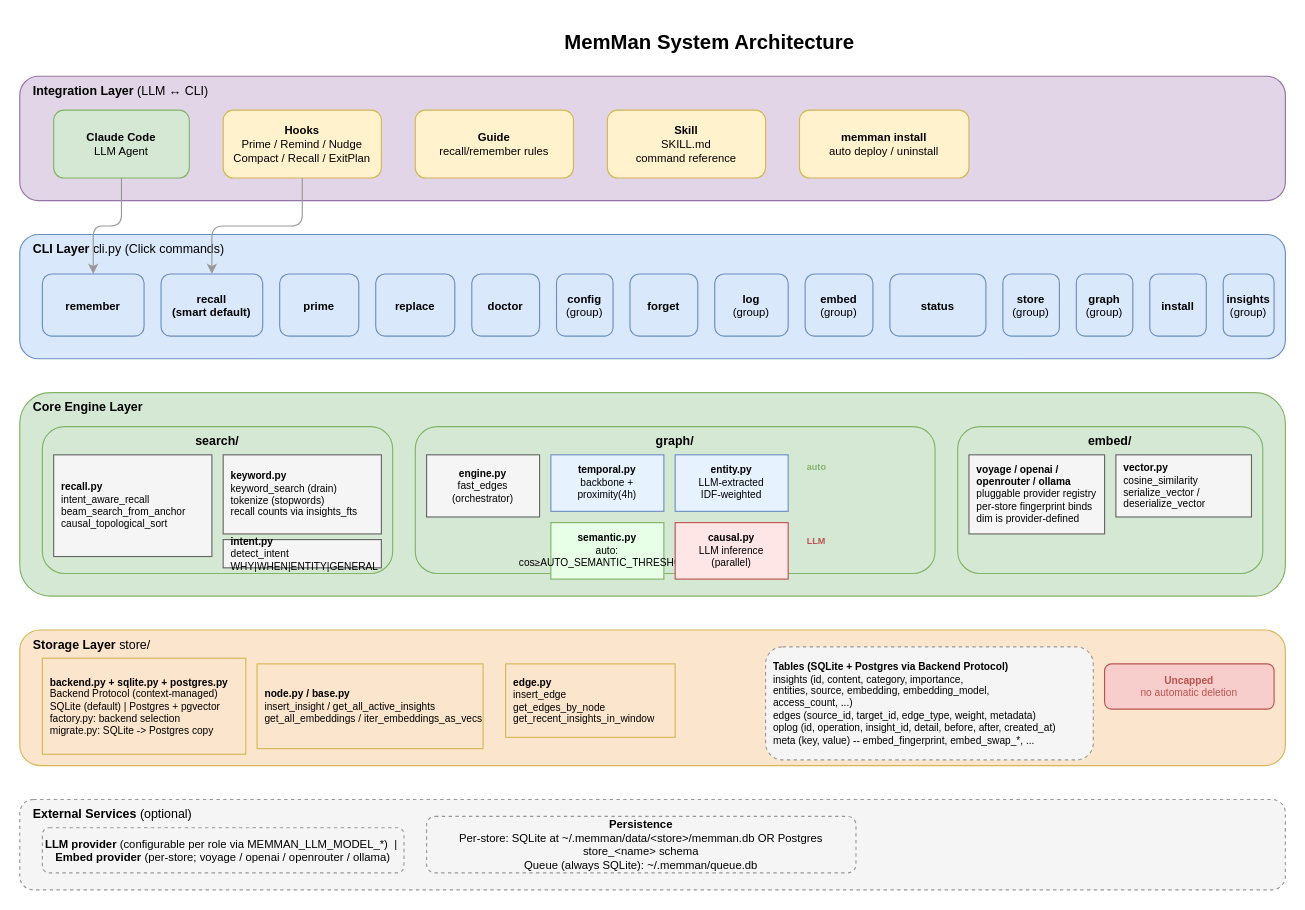
Above: docs/diagrams/01-system-architecture.drawio in bissli/memman (draw.io), before the change. Source tidied: cells renumbered, new cells numbered last; positions are measured from the earlier drawing's top-left corner, leaving out a move shared by most shapes. Both pictures are drawn from the tidied source at 113%, with x=0, y=0 at pixel (19, 19).
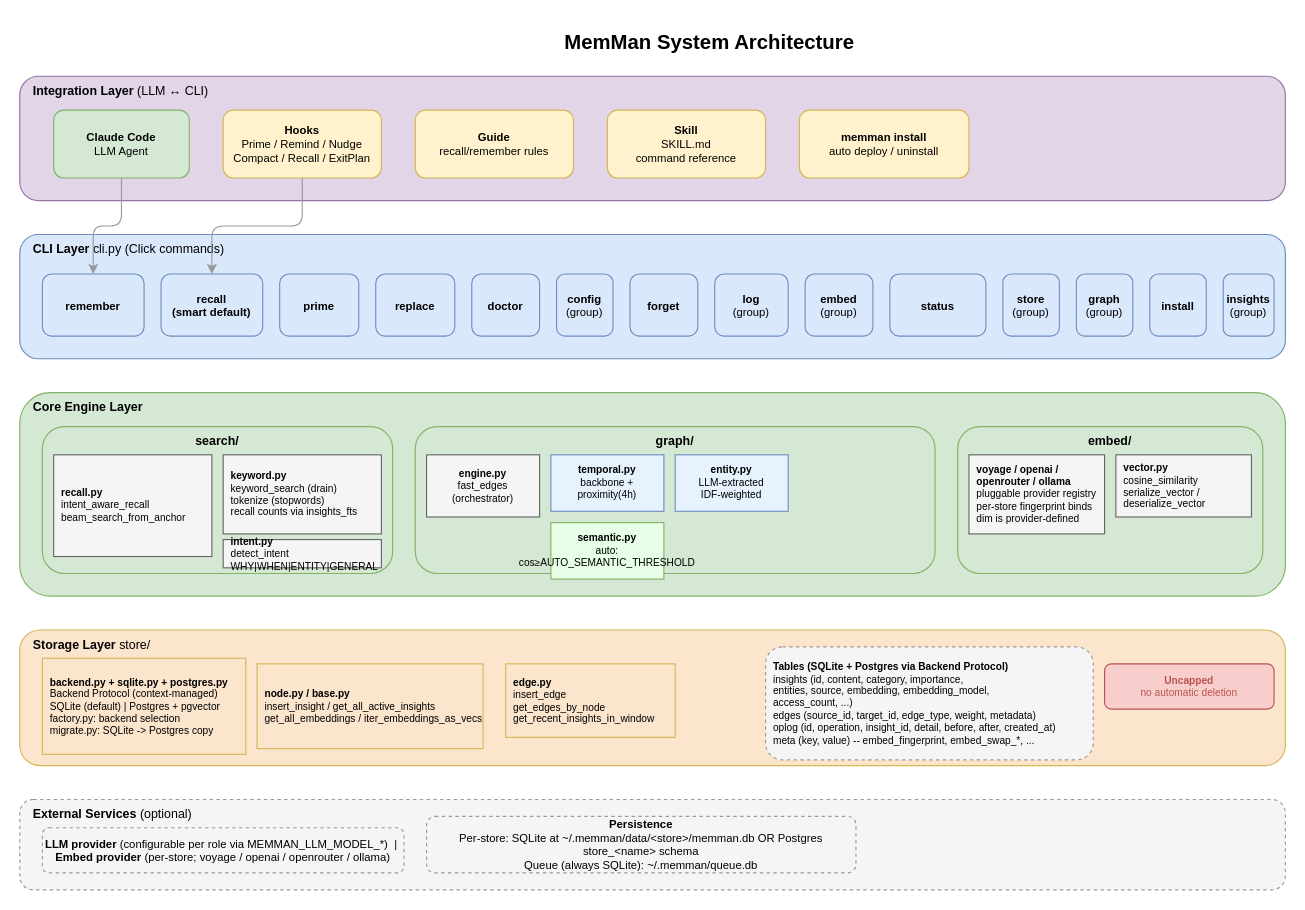
After the change.

The edit, as a diff of the source:
```diff
@@
-    <mxCell id="26" value="&lt;b&gt;recall.py&lt;/b&gt;&lt;br&gt;intent_aware_recall&lt;br&gt;beam_search_from_anchor&lt;br&gt;causal_topological_sort" style="rounded=0;whiteSpace=wrap;html=1;fontSize=9;fillColor=#f5f5f5;strokeColor=#666666;align=left;spacingLeft=5;" parent="1" vertex="1">
+    <mxCell id="26" value="&lt;b&gt;recall.py&lt;/b&gt;&lt;br&gt;intent_aware_recall&lt;br&gt;beam_search_from_anchor" style="rounded=0;whiteSpace=wrap;html=1;fontSize=9;fillColor=#f5f5f5;strokeColor=#666666;align=left;spacingLeft=5;" parent="1" vertex="1">
       <mxGeometry x="30" y="385" width="140" height="90" as="geometry" />
     </mxCell>
@@
-    <mxCell id="34" value="&lt;b&gt;causal.py&lt;/b&gt;&lt;br&gt;LLM inference&lt;br&gt;(parallel)" style="rounded=0;whiteSpace=wrap;html=1;fontSize=9;fillColor=#FFE6E6;strokeColor=#b85450;" parent="1" vertex="1">
-      <mxGeometry x="580" y="445" width="100" height="50" as="geometry" />
-    </mxCell>
-    <mxCell id="35" value="auto" style="text;html=1;fontSize=8;fillColor=none;strokeColor=none;fontColor=#82b366;fontStyle=1;" parent="1" vertex="1">
-      <mxGeometry x="695" y="385" width="30" height="15" as="geometry" />
-    </mxCell>
-    <mxCell id="36" value="LLM" style="text;html=1;fontSize=8;fillColor=none;strokeColor=none;fontColor=#b85450;fontStyle=1;" parent="1" vertex="1">
-      <mxGeometry x="695" y="450" width="40" height="25" as="geometry" />
-    </mxCell>
```
